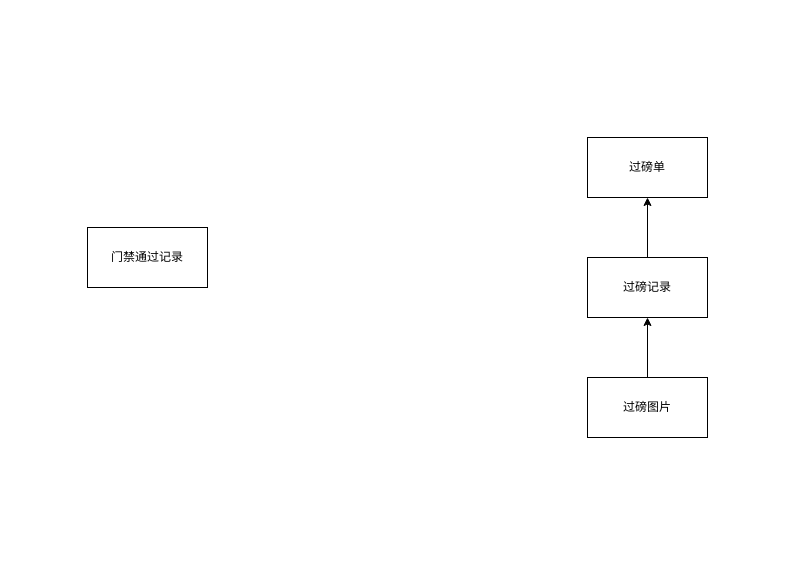
Earlier version of the draw.io diagram 互链站台模型.drawio (lipeng260/drawio). Source tidied: cells renumbered, new cells numbered last; positions are measured from the earlier drawing's top-left corner, leaving out a move shared by most shapes. Both pictures are drawn from the tidied source at 100%, with x=0, y=0 at pixel (87, 137).
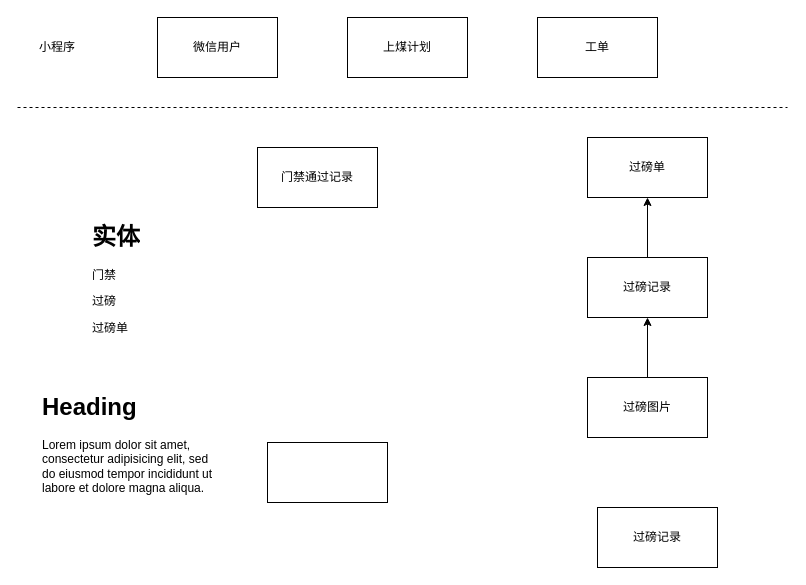
The same diagram, later.

Commit message (it also covers changes not shown here):
Update 互链站台模型.drawio

Change to the diagram source:
```diff
@@
 <mxGraphModel>
   <root>
     <mxCell id="0" />
     <mxCell id="1" parent="0" />
     <mxCell id="2" value="门禁通过记录" style="rounded=0;whiteSpace=wrap;html=1;" parent="1" vertex="1">
-      <mxGeometry y="90" width="120" height="60" as="geometry" />
+      <mxGeometry x="170" y="10" width="120" height="60" as="geometry" />
     </mxCell>
     <mxCell id="3" style="edgeStyle=orthogonalEdgeStyle;rounded=0;jettySize=auto;html=1;exitX=0.5;exitY=0;exitDx=0;exitDy=0;entryX=0.5;entryY=1;entryDx=0;entryDy=0;" parent="1" edge="1" source="4" target="5">
       <mxGeometry relative="1" as="geometry" />
     </mxCell>
     <mxCell id="4" value="过磅记录" style="rounded=0;whiteSpace=wrap;html=1;" parent="1" vertex="1">
       <mxGeometry x="500" y="120" width="120" height="60" as="geometry" />
     </mxCell>
     <mxCell id="5" value="过磅单" style="rounded=0;whiteSpace=wrap;html=1;" parent="1" vertex="1">
       <mxGeometry x="500" width="120" height="60" as="geometry" />
     </mxCell>
     <mxCell id="6" style="edgeStyle=orthogonalEdgeStyle;rounded=0;jettySize=auto;html=1;exitX=0.5;exitY=0;exitDx=0;exitDy=0;entryX=0.5;entryY=1;entryDx=0;entryDy=0;" parent="1" edge="1" source="7" target="4">
       <mxGeometry relative="1" as="geometry" />
     </mxCell>
     <mxCell id="7" value="过磅图片" style="rounded=0;whiteSpace=wrap;html=1;" parent="1" vertex="1">
       <mxGeometry x="500" y="240" width="120" height="60" as="geometry" />
     </mxCell>
+    <mxCell id="8" value="过磅记录" style="rounded=0;whiteSpace=wrap;html=1;" parent="1" vertex="1">
+      <mxGeometry x="510" y="370" width="120" height="60" as="geometry" />
+    </mxCell>
+    <mxCell id="9" style="rounded=0;whiteSpace=wrap;html=1;" parent="1" vertex="1">
+      <mxGeometry x="180" y="305" width="120" height="60" as="geometry" />
+    </mxCell>
+    <mxCell id="10" value="&lt;h1&gt;实体&lt;/h1&gt;&lt;p&gt;门禁&lt;/p&gt;&lt;p&gt;过磅&lt;/p&gt;&lt;p&gt;过磅单&lt;/p&gt;" style="text;html=1;strokeColor=none;fillColor=none;spacing=5;spacingTop=-20;whiteSpace=wrap;overflow=hidden;rounded=0;" parent="1" vertex="1">
+      <mxGeometry y="80" width="190" height="120" as="geometry" />
+    </mxCell>
+    <mxCell id="11" value="&lt;h1&gt;Heading&lt;/h1&gt;&lt;p&gt;Lorem ipsum dolor sit amet, consectetur adipisicing elit, sed do eiusmod tempor incididunt ut labore et dolore magna aliqua.&lt;/p&gt;" style="text;html=1;strokeColor=none;fillColor=none;spacing=5;spacingTop=-20;whiteSpace=wrap;overflow=hidden;rounded=0;" parent="1" vertex="1">
+      <mxGeometry x="-50" y="250" width="190" height="120" as="geometry" />
+    </mxCell>
+    <mxCell id="12" value="工单" style="rounded=0;whiteSpace=wrap;html=1;" parent="1" vertex="1">
+      <mxGeometry x="450" y="-120" width="120" height="60" as="geometry" />
+    </mxCell>
+    <mxCell id="13" value="上煤计划" style="rounded=0;whiteSpace=wrap;html=1;" parent="1" vertex="1">
+      <mxGeometry x="260" y="-120" width="120" height="60" as="geometry" />
+    </mxCell>
+    <mxCell id="14" style="endArrow=none;dashed=1;html=1;" parent="1" edge="1">
+      <mxGeometry relative="1" as="geometry">
+        <mxPoint x="-70" y="-30" as="sourcePoint" />
+        <mxPoint x="700" y="-30" as="targetPoint" />
+      </mxGeometry>
+    </mxCell>
+    <mxCell id="15" value="小程序" style="text;html=1;strokeColor=none;fillColor=none;align=center;verticalAlign=middle;whiteSpace=wrap;rounded=0;" parent="1" vertex="1">
+      <mxGeometry x="-50" y="-100" width="40" height="20" as="geometry" />
+    </mxCell>
+    <mxCell id="16" value="微信用户" style="rounded=0;whiteSpace=wrap;html=1;" parent="1" vertex="1">
+      <mxGeometry x="70" y="-120" width="120" height="60" as="geometry" />
+    </mxCell>
   </root>
 </mxGraphModel>
```
